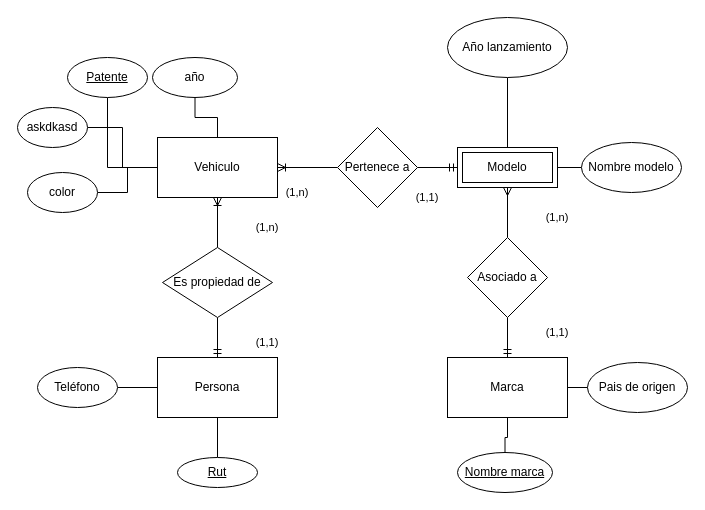
elMixto/Practica-S1-TI-2022 keeps this draw.io diagram as page "Problema 1 MER" (1 of 4) of practica_2/pauta_diagramas.drawio. Above is the earlier version. Source tidied: cells renumbered, new cells numbered last; positions are measured from the earlier drawing's top-left corner, leaving out a move shared by most shapes. Both pictures are drawn from the tidied source at 100%, with x=0, y=0 at pixel (17, 17).
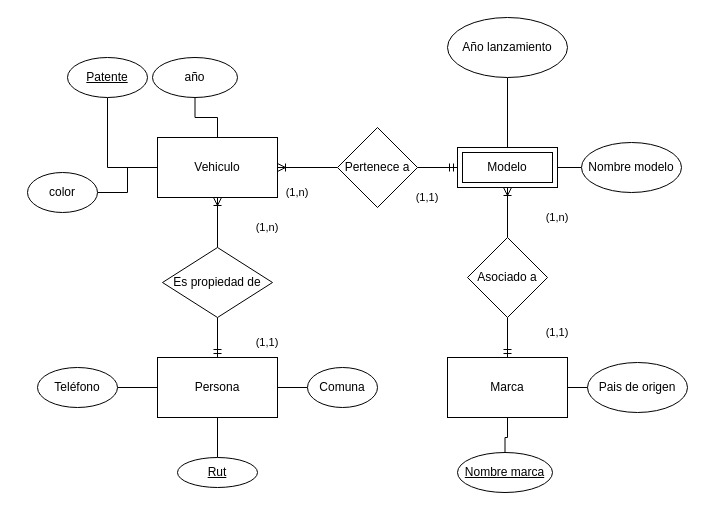
The same diagram, later.

Unchanged cells that the change refers to:
```xml
<mxCell id="5" value="Modelo" style="shape=ext;margin=3;double=1;whiteSpace=wrap;html=1;align=center;" parent="1" vertex="1">
  <mxGeometry x="440" y="130" width="100" height="40" as="geometry" />
</mxCell>
<mxCell id="12" value="Vehiculo" style="whiteSpace=wrap;html=1;" parent="1" vertex="1">
  <mxGeometry x="140" y="120" width="120" height="60" as="geometry" />
</mxCell>
<mxCell id="15" value="Persona" style="whiteSpace=wrap;html=1;" parent="1" vertex="1">
  <mxGeometry x="140" y="340" width="120" height="60" as="geometry" />
</mxCell>
<mxCell id="20" value="Asociado a" style="rhombus;whiteSpace=wrap;html=1;" parent="1" vertex="1">
  <mxGeometry x="450" y="220" width="80" height="80" as="geometry" />
</mxCell>
```

Diff of the diagram source:
```diff
@@
-    <mxCell id="2" style="edgeStyle=orthogonalEdgeStyle;shape=connector;rounded=0;jettySize=auto;html=1;labelBackgroundColor=default;fontFamily=Helvetica;fontSize=11;fontColor=default;endArrow=none;endFill=0;strokeColor=default;startArrow=ERmany;startFill=0;" parent="1" edge="1" source="5" target="20">
+    <mxCell id="2" style="edgeStyle=orthogonalEdgeStyle;shape=connector;rounded=0;jettySize=auto;html=1;labelBackgroundColor=default;fontFamily=Helvetica;fontSize=11;fontColor=default;endArrow=none;endFill=0;strokeColor=default;startArrow=ERoneToMany;startFill=0;" parent="1" edge="1" source="5" target="20">
       <mxGeometry relative="1" as="geometry" />
     </mxCell>
@@
-    <mxCell id="11" style="edgeStyle=orthogonalEdgeStyle;rounded=0;jettySize=auto;html=1;endArrow=none;endFill=0;" parent="1" edge="1" source="12" target="40">
-      <mxGeometry relative="1" as="geometry" />
-    </mxCell>
@@
+    <mxCell id="41" style="edgeStyle=orthogonalEdgeStyle;rounded=0;jettySize=auto;html=1;endArrow=none;endFill=0;" parent="1" edge="1" source="15" target="42">
+      <mxGeometry relative="1" as="geometry" />
+    </mxCell>
@@
-    <mxCell id="40" value="askdkasd" style="ellipse;whiteSpace=wrap;html=1;" parent="1" vertex="1">
-      <mxGeometry y="90" width="70" height="40" as="geometry" />
-    </mxCell>
+    <mxCell id="42" value="Comuna" style="ellipse;whiteSpace=wrap;html=1;" parent="1" vertex="1">
+      <mxGeometry x="290" y="350" width="70" height="40" as="geometry" />
+    </mxCell>
```
